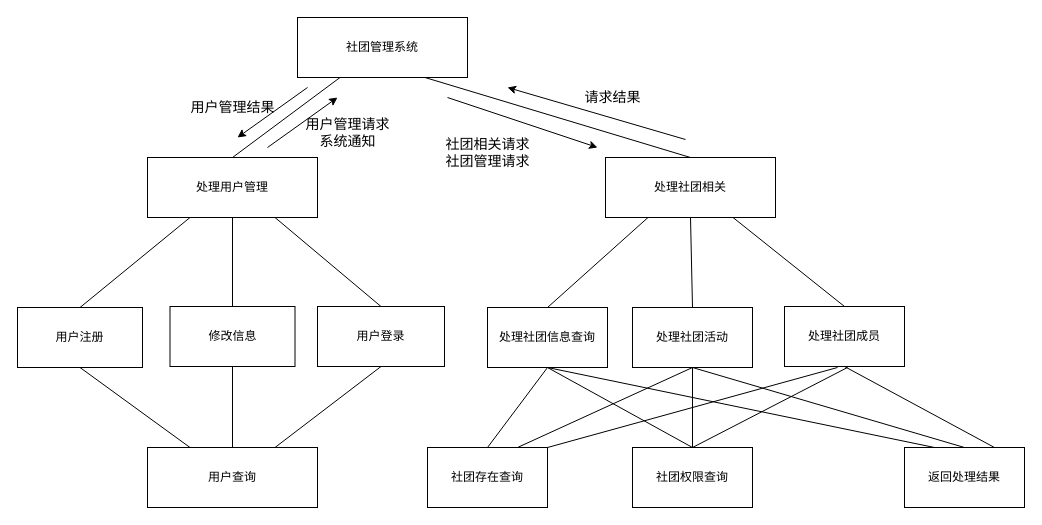
This is MFD2.drawio from gaodi16366/test, a draw.io file, before an edit. Source tidied: cells renumbered, new cells numbered last; positions are measured from the earlier drawing's top-left corner, leaving out a move shared by most shapes. Both pictures are drawn from the tidied source at 100%, with x=0, y=0 at pixel (17, 17).
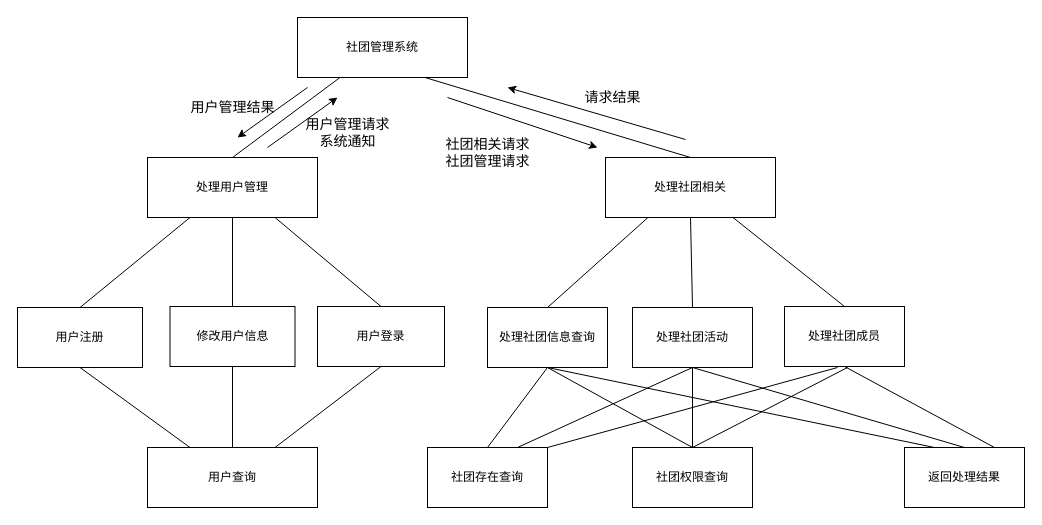
After the change.

The edit, as a diff of the source:
```diff
@@
-    <mxCell id="30" value="修改信息" style="rounded=0;whiteSpace=wrap;html=1;" parent="1" vertex="1">
+    <mxCell id="30" value="修改用户信息" style="rounded=0;whiteSpace=wrap;html=1;" parent="1" vertex="1">
       <mxGeometry x="152.5" y="289" width="125" height="60" as="geometry" />
     </mxCell>
```
